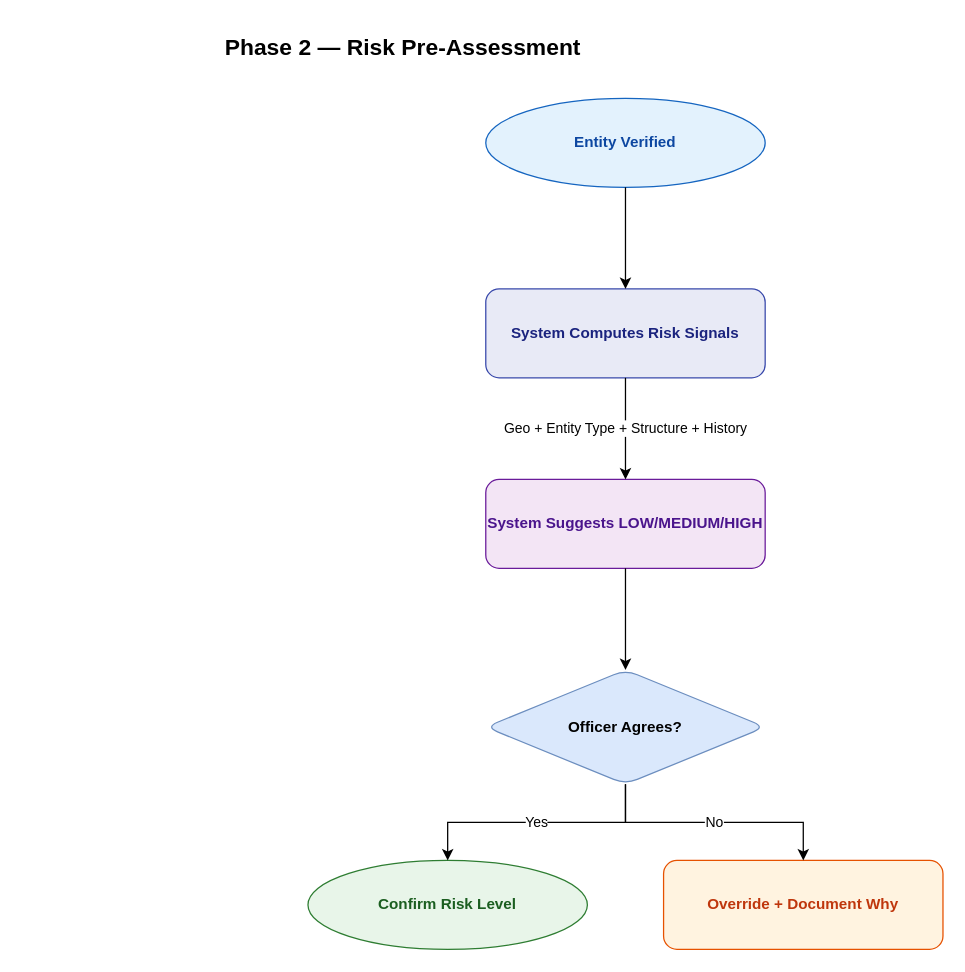
Above: page "Phase 2 Detail" (4 of 9) of docs/diagrams/drawio/best-practice-e2e.drawio in mazharr-hussain/KycReport (draw.io), before the change. Source tidied: cells renumbered, new cells numbered last; positions are measured from the earlier drawing's top-left corner, leaving out a move shared by most shapes. Both pictures are drawn from the tidied source at 127%, with x=0, y=0 at pixel (22, 22).
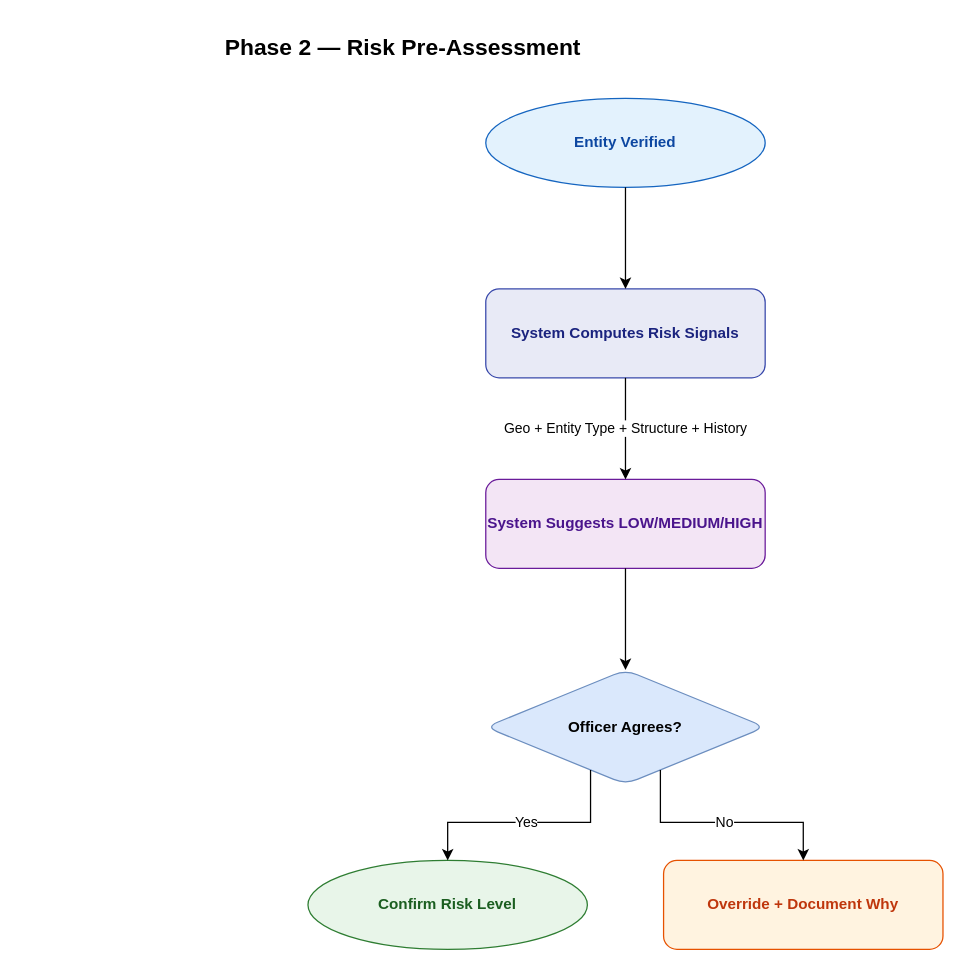
The same diagram, later.

The edit, as a diff of the source:
```diff
@@
 <mxGraphModel>
   <root>
     <mxCell id="0" />
     <mxCell id="1" parent="0" />
     <mxCell id="2" value="Phase 2 — Risk Pre-Assessment" style="text;html=1;strokeColor=none;fillColor=none;align=center;verticalAlign=middle;whiteSpace=wrap;rounded=0;fontSize=18;fontStyle=1;" parent="1" vertex="1">
       <mxGeometry width="600" height="40" as="geometry" />
     </mxCell>
     <mxCell id="3" value="Entity Verified" style="ellipse;whiteSpace=wrap;html=1;fillColor=#E3F2FD;strokeColor=#1565C0;fontColor=#0D47A1;fontSize=12;fontStyle=1;rounded=1;" parent="1" vertex="1">
       <mxGeometry x="365" y="60" width="220" height="70" as="geometry" />
     </mxCell>
     <mxCell id="4" value="System Computes Risk Signals" style="rect;whiteSpace=wrap;html=1;fillColor=#E8EAF6;strokeColor=#3949AB;fontColor=#1A237E;fontSize=12;fontStyle=1;rounded=1;" parent="1" vertex="1">
       <mxGeometry x="365" y="210" width="220" height="70" as="geometry" />
     </mxCell>
     <mxCell id="5" value="System Suggests LOW/MEDIUM/HIGH" style="rect;whiteSpace=wrap;html=1;fillColor=#F3E5F5;strokeColor=#6A1B9A;fontColor=#4A148C;fontSize=12;fontStyle=1;rounded=1;" parent="1" vertex="1">
       <mxGeometry x="365" y="360" width="220" height="70" as="geometry" />
     </mxCell>
     <mxCell id="6" value="Officer Agrees?" style="rhombus;whiteSpace=wrap;html=1;fillColor=#dae8fc;strokeColor=#6c8ebf;fontColor=#000000;fontSize=12;fontStyle=1;rounded=1;" parent="1" vertex="1">
       <mxGeometry x="365" y="510" width="220" height="90" as="geometry" />
     </mxCell>
     <mxCell id="7" value="Confirm Risk Level" style="ellipse;whiteSpace=wrap;html=1;fillColor=#E8F5E9;strokeColor=#2E7D32;fontColor=#1B5E20;fontSize=12;fontStyle=1;rounded=1;" parent="1" vertex="1">
       <mxGeometry x="225" y="660" width="220" height="70" as="geometry" />
     </mxCell>
     <mxCell id="8" value="Override + Document Why" style="rect;whiteSpace=wrap;html=1;fillColor=#FFF3E0;strokeColor=#E65100;fontColor=#BF360C;fontSize=12;fontStyle=1;rounded=1;" parent="1" vertex="1">
       <mxGeometry x="505" y="660" width="220" height="70" as="geometry" />
     </mxCell>
     <mxCell id="9" style="edgeStyle=orthogonalEdgeStyle;rounded=0;html=1;fontSize=11;" parent="1" edge="1" source="3" target="4">
       <mxGeometry relative="1" as="geometry" />
     </mxCell>
     <mxCell id="10" value="Geo + Entity Type + Structure + History" style="edgeStyle=orthogonalEdgeStyle;rounded=0;html=1;fontSize=11;" parent="1" edge="1" source="4" target="5">
       <mxGeometry relative="1" as="geometry" />
     </mxCell>
     <mxCell id="11" style="edgeStyle=orthogonalEdgeStyle;rounded=0;html=1;fontSize=11;" parent="1" edge="1" source="5" target="6">
       <mxGeometry relative="1" as="geometry" />
     </mxCell>
-    <mxCell id="12" value="Yes" style="edgeStyle=orthogonalEdgeStyle;rounded=0;html=1;fontSize=11;" parent="1" edge="1" source="6" target="7">
+    <mxCell id="12" value="Yes" style="edgeStyle=orthogonalEdgeStyle;rounded=0;html=1;fontSize=11;exitX=0.3333333333333333;exitY=1.0;entryX=0.5;entryY=0.0;" parent="1" edge="1" source="6" target="7">
       <mxGeometry relative="1" as="geometry" />
     </mxCell>
-    <mxCell id="13" value="No" style="edgeStyle=orthogonalEdgeStyle;rounded=0;html=1;fontSize=11;" parent="1" edge="1" source="6" target="8">
+    <mxCell id="13" value="No" style="edgeStyle=orthogonalEdgeStyle;rounded=0;html=1;fontSize=11;exitX=0.6666666666666666;exitY=1.0;entryX=0.5;entryY=0.0;" parent="1" edge="1" source="6" target="8">
       <mxGeometry relative="1" as="geometry" />
     </mxCell>
   </root>
 </mxGraphModel>
```
